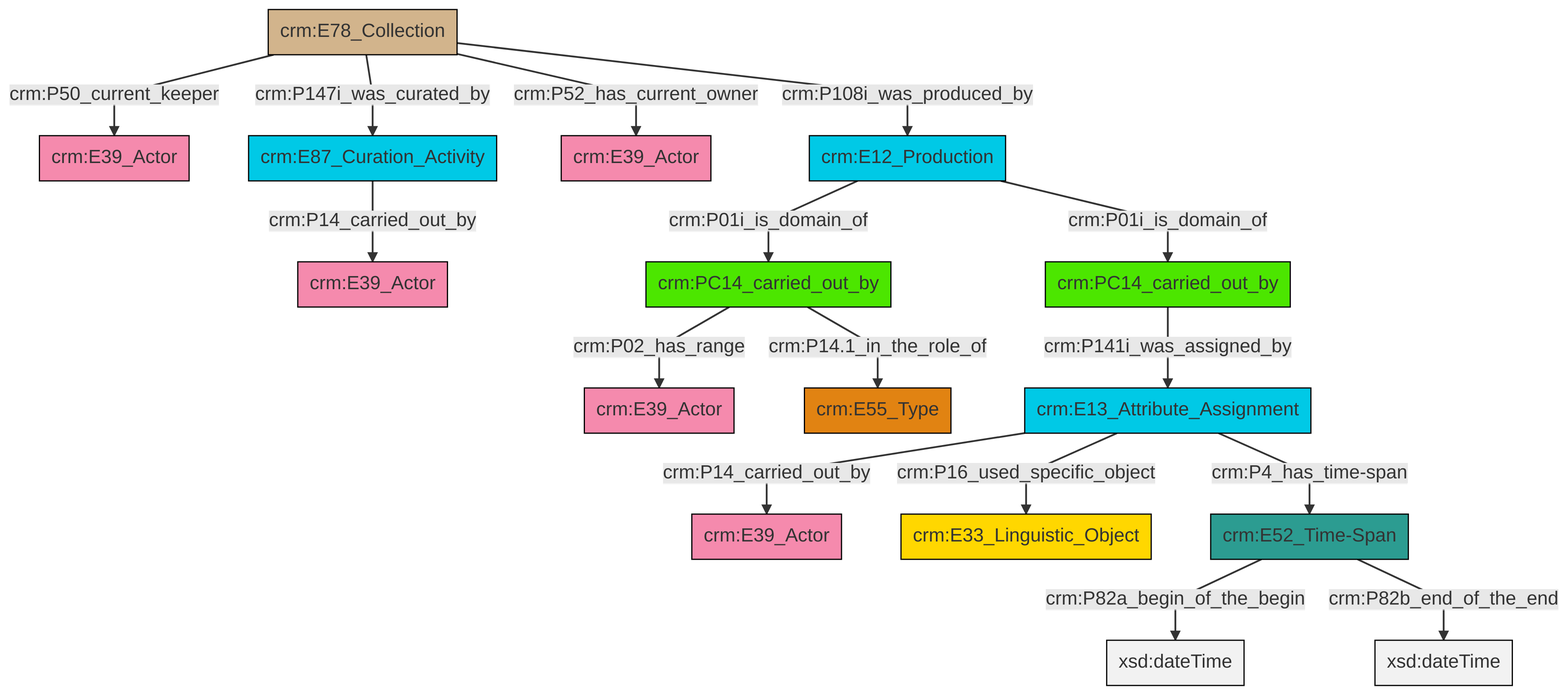
swiss-art-research-net/docs.swissartresearch keeps this Mermaid diagram as et/archivalCSV/ttl/mmd/png/archival_relation.png. Above is the earlier version. Its source is kept beside it as et/archivalCSV/ttl/mmd/archival_relation.ttl.mmd. Source of this version:
```mermaid
graph TD
classDef Literal fill:#f2f2f2,stroke:#000000;
classDef CRM_Entity fill:#FFFFFF,stroke:#000000;
classDef Temporal_Entity fill:#00C9E6, stroke:#000000;
classDef Type fill:#E18312, stroke:#000000;
classDef Time-Span fill:#2C9C91, stroke:#000000;
classDef Appellation fill:#FFEB7F, stroke:#000000;
classDef Place fill:#008836, stroke:#000000;
classDef Persistent_Item fill:#B266B2, stroke:#000000;
classDef Conceptual_Object fill:#FFD700, stroke:#000000;
classDef Physical_Thing fill:#D2B48C, stroke:#000000;
classDef Actor fill:#f58aad, stroke:#000000;
classDef PC_Classes fill:#4ce600, stroke:#000000;
classDef Multi fill:#cccccc,stroke:#000000;

2["crm:E13_Attribute_Assignment"]:::Temporal_Entity -->|crm:P14_carried_out_by| 0["crm:E39_Actor"]:::Actor
4["crm:E78_Collection"]:::Physical_Thing -->|crm:P50_current_keeper| 5["crm:E39_Actor"]:::Actor
10["crm:PC14_carried_out_by"]:::PC_Classes -->|crm:P02_has_range| 11["crm:E39_Actor"]:::Actor
10["crm:PC14_carried_out_by"]:::PC_Classes -->|crm:P14.1_in_the_role_of| 12["crm:E55_Type"]:::Type
13["crm:E12_Production"]:::Temporal_Entity -->|crm:P01i_is_domain_of| 10["crm:PC14_carried_out_by"]:::PC_Classes
8["crm:E52_Time-Span"]:::Time-Span -->|crm:P82a_begin_of_the_begin| 14[xsd:dateTime]:::Literal
4["crm:E78_Collection"]:::Physical_Thing -->|crm:P147i_was_curated_by| 15["crm:E87_Curation_Activity"]:::Temporal_Entity
2["crm:E13_Attribute_Assignment"]:::Temporal_Entity -->|crm:P16_used_specific_object| 6["crm:E33_Linguistic_Object"]:::Conceptual_Object
8["crm:E52_Time-Span"]:::Time-Span -->|crm:P82b_end_of_the_end| 19[xsd:dateTime]:::Literal
13["crm:E12_Production"]:::Temporal_Entity -->|crm:P01i_is_domain_of| 22["crm:PC14_carried_out_by"]:::PC_Classes
22["crm:PC14_carried_out_by"]:::PC_Classes -->|crm:P141i_was_assigned_by| 2["crm:E13_Attribute_Assignment"]:::Temporal_Entity
2["crm:E13_Attribute_Assignment"]:::Temporal_Entity -->|crm:P4_has_time-span| 8["crm:E52_Time-Span"]:::Time-Span
15["crm:E87_Curation_Activity"]:::Temporal_Entity -->|crm:P14_carried_out_by| 20["crm:E39_Actor"]:::Actor
4["crm:E78_Collection"]:::Physical_Thing -->|crm:P52_has_current_owner| 27["crm:E39_Actor"]:::Actor
4["crm:E78_Collection"]:::Physical_Thing -->|crm:P108i_was_produced_by| 13["crm:E12_Production"]:::Temporal_Entity
```
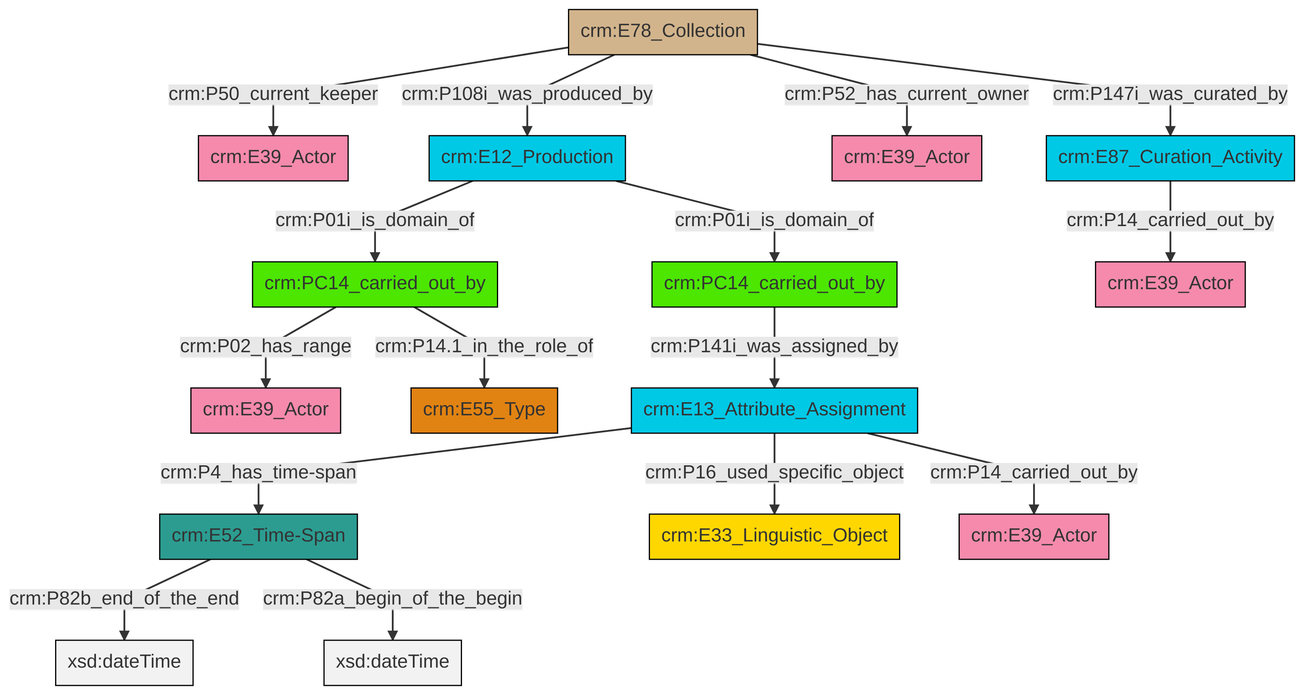
The same file after the commit.

The edit, as a diff of the source:
```diff
@@ -13,18 +13,18 @@
 classDef PC_Classes fill:#4ce600, stroke:#000000;
 classDef Multi fill:#cccccc,stroke:#000000;
 
-2["crm:E13_Attribute_Assignment"]:::Temporal_Entity -->|crm:P14_carried_out_by| 0["crm:E39_Actor"]:::Actor
-4["crm:E78_Collection"]:::Physical_Thing -->|crm:P50_current_keeper| 5["crm:E39_Actor"]:::Actor
-10["crm:PC14_carried_out_by"]:::PC_Classes -->|crm:P02_has_range| 11["crm:E39_Actor"]:::Actor
-10["crm:PC14_carried_out_by"]:::PC_Classes -->|crm:P14.1_in_the_role_of| 12["crm:E55_Type"]:::Type
-13["crm:E12_Production"]:::Temporal_Entity -->|crm:P01i_is_domain_of| 10["crm:PC14_carried_out_by"]:::PC_Classes
-8["crm:E52_Time-Span"]:::Time-Span -->|crm:P82a_begin_of_the_begin| 14[xsd:dateTime]:::Literal
-4["crm:E78_Collection"]:::Physical_Thing -->|crm:P147i_was_curated_by| 15["crm:E87_Curation_Activity"]:::Temporal_Entity
-2["crm:E13_Attribute_Assignment"]:::Temporal_Entity -->|crm:P16_used_specific_object| 6["crm:E33_Linguistic_Object"]:::Conceptual_Object
-8["crm:E52_Time-Span"]:::Time-Span -->|crm:P82b_end_of_the_end| 19[xsd:dateTime]:::Literal
-13["crm:E12_Production"]:::Temporal_Entity -->|crm:P01i_is_domain_of| 22["crm:PC14_carried_out_by"]:::PC_Classes
-22["crm:PC14_carried_out_by"]:::PC_Classes -->|crm:P141i_was_assigned_by| 2["crm:E13_Attribute_Assignment"]:::Temporal_Entity
-2["crm:E13_Attribute_Assignment"]:::Temporal_Entity -->|crm:P4_has_time-span| 8["crm:E52_Time-Span"]:::Time-Span
-15["crm:E87_Curation_Activity"]:::Temporal_Entity -->|crm:P14_carried_out_by| 20["crm:E39_Actor"]:::Actor
-4["crm:E78_Collection"]:::Physical_Thing -->|crm:P52_has_current_owner| 27["crm:E39_Actor"]:::Actor
-4["crm:E78_Collection"]:::Physical_Thing -->|crm:P108i_was_produced_by| 13["crm:E12_Production"]:::Temporal_Entity
+2["crm:E87_Curation_Activity"]:::Temporal_Entity -->|crm:P14_carried_out_by| 3["crm:E39_Actor"]:::Actor
+4["crm:E12_Production"]:::Temporal_Entity -->|crm:P01i_is_domain_of| 5["crm:PC14_carried_out_by"]:::PC_Classes
+7["crm:E13_Attribute_Assignment"]:::Temporal_Entity -->|crm:P4_has_time-span| 8["crm:E52_Time-Span"]:::Time-Span
+8["crm:E52_Time-Span"]:::Time-Span -->|crm:P82b_end_of_the_end| 9[xsd:dateTime]:::Literal
+8["crm:E52_Time-Span"]:::Time-Span -->|crm:P82a_begin_of_the_begin| 12[xsd:dateTime]:::Literal
+10["crm:E78_Collection"]:::Physical_Thing -->|crm:P50_current_keeper| 13["crm:E39_Actor"]:::Actor
+7["crm:E13_Attribute_Assignment"]:::Temporal_Entity -->|crm:P16_used_specific_object| 14["crm:E33_Linguistic_Object"]:::Conceptual_Object
+5["crm:PC14_carried_out_by"]:::PC_Classes -->|crm:P02_has_range| 15["crm:E39_Actor"]:::Actor
+10["crm:E78_Collection"]:::Physical_Thing -->|crm:P108i_was_produced_by| 4["crm:E12_Production"]:::Temporal_Entity
+5["crm:PC14_carried_out_by"]:::PC_Classes -->|crm:P14.1_in_the_role_of| 17["crm:E55_Type"]:::Type
+10["crm:E78_Collection"]:::Physical_Thing -->|crm:P52_has_current_owner| 19["crm:E39_Actor"]:::Actor
+7["crm:E13_Attribute_Assignment"]:::Temporal_Entity -->|crm:P14_carried_out_by| 23["crm:E39_Actor"]:::Actor
+4["crm:E12_Production"]:::Temporal_Entity -->|crm:P01i_is_domain_of| 0["crm:PC14_carried_out_by"]:::PC_Classes
+0["crm:PC14_carried_out_by"]:::PC_Classes -->|crm:P141i_was_assigned_by| 7["crm:E13_Attribute_Assignment"]:::Temporal_Entity
+10["crm:E78_Collection"]:::Physical_Thing -->|crm:P147i_was_curated_by| 2["crm:E87_Curation_Activity"]:::Temporal_Entity
```
